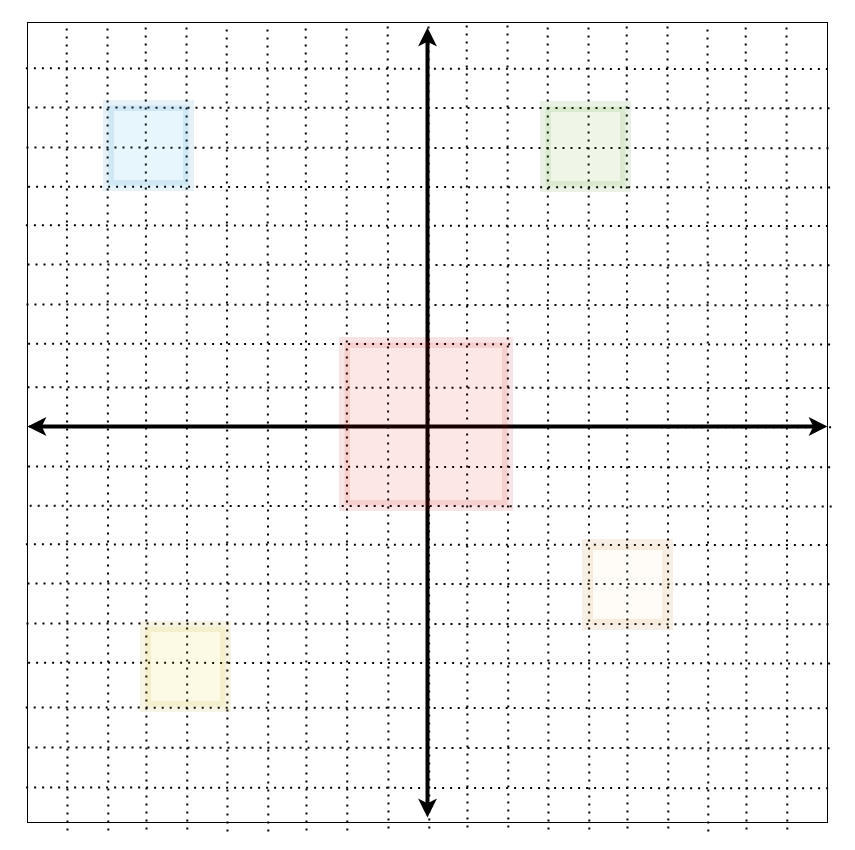
nahmed087/MyFigures keeps this draw.io diagram as GridScenario.drawio. Above is the earlier version. Source tidied: cells renumbered, new cells numbered last; positions are measured from the earlier drawing's top-left corner, leaving out a move shared by most shapes. Both pictures are drawn from the tidied source at 100%, with x=0, y=0 at pixel (25, 19).
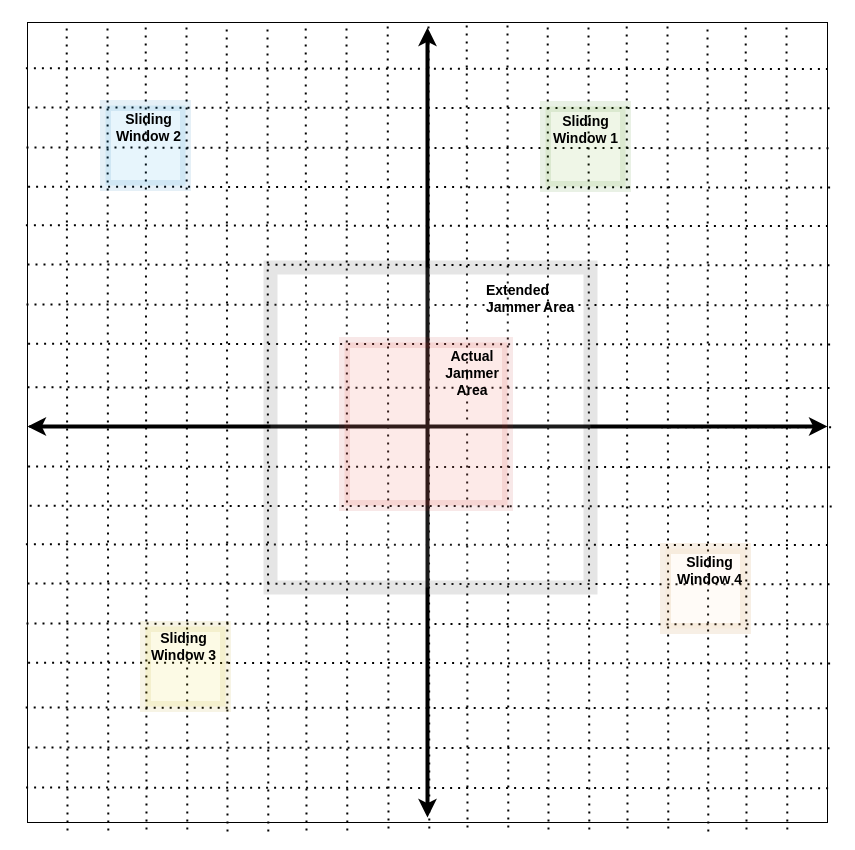
The same page after the edit.

The edit, as a diff of the source:
```diff
@@
     <mxCell id="41" style="whiteSpace=wrap;html=1;opacity=10;strokeWidth=11;fillColor=#1ba1e2;strokeColor=#006EAF;fontColor=#ffffff;" parent="1" vertex="1">
-      <mxGeometry x="83" y="86" width="80" height="80" as="geometry" />
+      <mxGeometry x="80" y="86" width="80" height="80" as="geometry" />
     </mxCell>
@@
     <mxCell id="43" style="whiteSpace=wrap;html=1;opacity=10;strokeWidth=11;fillColor=#fad7ac;strokeColor=#b46504;" parent="1" vertex="1">
-      <mxGeometry x="562" y="525" width="80" height="80" as="geometry" />
+      <mxGeometry x="640" y="529" width="80" height="80" as="geometry" />
     </mxCell>
@@
+    <mxCell id="48" style="whiteSpace=wrap;html=1;opacity=10;strokeWidth=14;fillColor=#FFFFFF;strokeColor=#000000;perimeterSpacing=0;" parent="1" vertex="1">
+      <mxGeometry x="245" y="248" width="320" height="320" as="geometry" />
+    </mxCell>
+    <mxCell id="49" value="Actual Jammer&lt;br&gt;Area" style="text;html=1;strokeColor=none;fillColor=none;align=center;verticalAlign=middle;whiteSpace=wrap;rounded=0;fontSize=14;fontStyle=1;" parent="1" vertex="1">
+      <mxGeometry x="417" y="339" width="60" height="30" as="geometry" />
+    </mxCell>
+    <mxCell id="50" value="Extended Jammer Area" style="text;html=1;strokeColor=none;fillColor=none;align=left;verticalAlign=middle;whiteSpace=wrap;rounded=0;fontSize=14;fontStyle=1;" parent="1" vertex="1">
+      <mxGeometry x="459" y="264" width="101" height="30" as="geometry" />
+    </mxCell>
+    <mxCell id="51" value="Sliding&lt;br&gt;&lt;div style=&quot;text-align: left&quot;&gt;&lt;span&gt;Window 2&lt;/span&gt;&lt;/div&gt;" style="text;html=1;strokeColor=none;fillColor=none;align=center;verticalAlign=middle;whiteSpace=wrap;rounded=0;fontSize=14;fontStyle=1;" parent="1" vertex="1">
+      <mxGeometry x="87" y="93" width="73" height="30" as="geometry" />
+    </mxCell>
+    <mxCell id="52" value="Sliding&lt;br&gt;&lt;div style=&quot;text-align: left&quot;&gt;&lt;span&gt;Window 1&lt;/span&gt;&lt;/div&gt;" style="text;html=1;strokeColor=none;fillColor=none;align=center;verticalAlign=middle;whiteSpace=wrap;rounded=0;fontSize=14;fontStyle=1;" parent="1" vertex="1">
+      <mxGeometry x="524" y="95" width="73" height="30" as="geometry" />
+    </mxCell>
+    <mxCell id="53" value="Sliding&lt;br&gt;&lt;div style=&quot;text-align: left&quot;&gt;&lt;span&gt;Window 3&lt;/span&gt;&lt;/div&gt;" style="text;html=1;strokeColor=none;fillColor=none;align=center;verticalAlign=middle;whiteSpace=wrap;rounded=0;fontSize=14;fontStyle=1;" parent="1" vertex="1">
+      <mxGeometry x="122" y="612" width="73" height="30" as="geometry" />
+    </mxCell>
+    <mxCell id="54" value="Sliding&lt;br&gt;&lt;div style=&quot;text-align: left&quot;&gt;&lt;span&gt;Window 4&lt;/span&gt;&lt;/div&gt;" style="text;html=1;strokeColor=none;fillColor=none;align=center;verticalAlign=middle;whiteSpace=wrap;rounded=0;fontSize=14;fontStyle=1;" parent="1" vertex="1">
+      <mxGeometry x="648" y="536" width="73" height="30" as="geometry" />
+    </mxCell>
```
